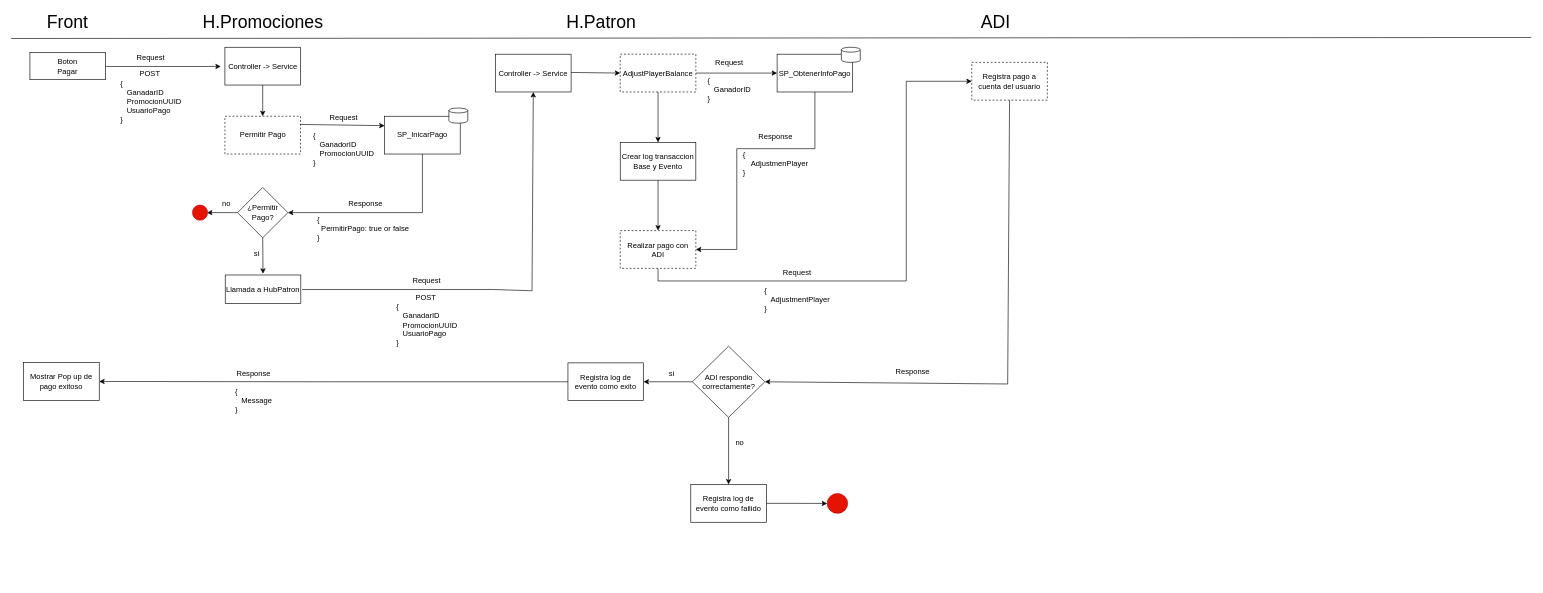
This is Diagrama sin título.drawio from MateoR8/Modelado-de-BD---Portal-TI, a draw.io file, before an edit. Source tidied: cells renumbered, new cells numbered last; positions are measured from the earlier drawing's top-left corner, leaving out a move shared by most shapes. Both pictures are drawn from the tidied source at 63%, with x=0, y=0 at pixel (11, 12).
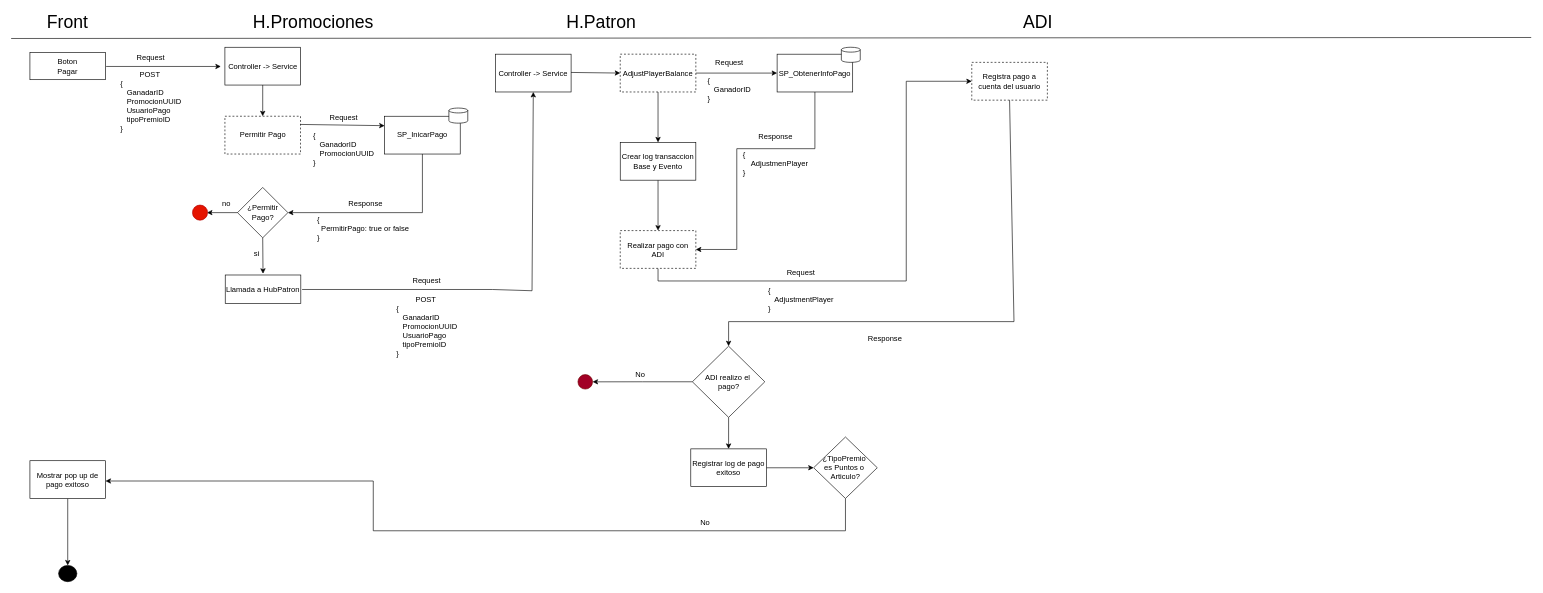
The same page after the edit.

Unchanged cells that the change refers to:
```xml
<mxCell id="44" value="Registra pago a cuenta del usuario" style="whiteSpace=wrap;html=1;rounded=0;shadow=0;glass=0;dashed=1;" parent="1" vertex="1">
  <mxGeometry x="1525" y="79.5" width="120" height="60" as="geometry" />
</mxCell>
```

What changed in the source:
```diff
@@
     <mxCell id="6" value="H.Promociones" style="text;html=1;whiteSpace=wrap;strokeColor=none;fillColor=none;align=center;verticalAlign=middle;rounded=0;fontSize=28;" parent="1" vertex="1">
-      <mxGeometry x="329.5" width="140" height="30" as="geometry" />
+      <mxGeometry x="410" width="140" height="30" as="geometry" />
     </mxCell>
@@
-    <mxCell id="9" value="&lt;div style=&quot;text-align: center;&quot;&gt;&lt;span style=&quot;background-color: transparent; color: light-dark(rgb(0, 0, 0), rgb(255, 255, 255));&quot;&gt;POST&amp;nbsp;&lt;/span&gt;&lt;/div&gt;&lt;div&gt;{&lt;/div&gt;&lt;span style=&quot;background-color: transparent; color: light-dark(rgb(0, 0, 0), rgb(255, 255, 255));&quot;&gt;&amp;nbsp; &amp;nbsp;GanadarID&lt;/span&gt;&lt;br&gt;&lt;span style=&quot;background-color: transparent; color: light-dark(rgb(0, 0, 0), rgb(255, 255, 255));&quot;&gt;&amp;nbsp; &amp;nbsp;PromocionUUID&lt;/span&gt;&lt;br&gt;&lt;div&gt;&amp;nbsp; &amp;nbsp;UsuarioPago&lt;/div&gt;&lt;div&gt;&lt;span style=&quot;background-color: transparent; color: light-dark(rgb(0, 0, 0), rgb(255, 255, 255));&quot;&gt;}&lt;/span&gt;&lt;/div&gt;" style="text;html=1;whiteSpace=wrap;strokeColor=none;fillColor=none;align=left;verticalAlign=middle;rounded=0;" parent="1" vertex="1">
-      <mxGeometry x="172" y="99" width="106" height="69" as="geometry" />
+    <mxCell id="9" value="&lt;div style=&quot;text-align: center;&quot;&gt;&lt;span style=&quot;background-color: transparent; color: light-dark(rgb(0, 0, 0), rgb(255, 255, 255));&quot;&gt;POST&amp;nbsp;&lt;/span&gt;&lt;/div&gt;&lt;div&gt;{&lt;/div&gt;&lt;span style=&quot;background-color: transparent; color: light-dark(rgb(0, 0, 0), rgb(255, 255, 255));&quot;&gt;&amp;nbsp; &amp;nbsp;GanadarID&lt;/span&gt;&lt;br&gt;&lt;span style=&quot;background-color: transparent; color: light-dark(rgb(0, 0, 0), rgb(255, 255, 255));&quot;&gt;&amp;nbsp; &amp;nbsp;PromocionUUID&lt;/span&gt;&lt;br&gt;&lt;div&gt;&amp;nbsp; &amp;nbsp;UsuarioPago&lt;/div&gt;&lt;div&gt;&amp;nbsp; &amp;nbsp;tipoPremioID&lt;/div&gt;&lt;div&gt;&lt;span style=&quot;background-color: transparent; color: light-dark(rgb(0, 0, 0), rgb(255, 255, 255));&quot;&gt;}&lt;/span&gt;&lt;/div&gt;" style="text;html=1;whiteSpace=wrap;strokeColor=none;fillColor=none;align=left;verticalAlign=middle;rounded=0;" parent="1" vertex="1">
+      <mxGeometry x="172" y="107" width="106" height="69" as="geometry" />
     </mxCell>
@@
     <mxCell id="43" value="ADI" style="text;html=1;whiteSpace=wrap;strokeColor=none;fillColor=none;align=center;verticalAlign=middle;rounded=0;fontSize=28;" parent="1" vertex="1">
-      <mxGeometry x="1493" width="140" height="30" as="geometry" />
+      <mxGeometry x="1560" width="140" height="30" as="geometry" />
     </mxCell>
@@
     <mxCell id="45" value="&lt;div style=&quot;&quot;&gt;&lt;span style=&quot;background-color: transparent; color: light-dark(rgb(0, 0, 0), rgb(255, 255, 255));&quot;&gt;Request&lt;/span&gt;&lt;/div&gt;&lt;div style=&quot;text-align: left;&quot;&gt;&lt;br&gt;&lt;/div&gt;&lt;div style=&quot;text-align: left;&quot;&gt;{&lt;/div&gt;&lt;div style=&quot;text-align: left;&quot;&gt;&amp;nbsp; &amp;nbsp;AdjustmentPlayer&lt;/div&gt;&lt;div style=&quot;text-align: left;&quot;&gt;}&lt;/div&gt;&lt;div&gt;&lt;br&gt;&lt;/div&gt;" style="text;html=1;whiteSpace=wrap;strokeColor=none;fillColor=none;align=center;verticalAlign=middle;rounded=0;" parent="1" vertex="1">
-      <mxGeometry x="1166" y="398.5" width="164" height="101" as="geometry" />
+      <mxGeometry x="1172" y="398" width="164" height="101" as="geometry" />
     </mxCell>
     <mxCell id="46" value="&lt;div style=&quot;&quot;&gt;Response&lt;/div&gt;&lt;div&gt;&lt;br&gt;&lt;/div&gt;" style="text;html=1;whiteSpace=wrap;strokeColor=none;fillColor=none;align=center;verticalAlign=middle;rounded=0;" parent="1" vertex="1">
-      <mxGeometry x="1400" y="548" width="63" height="60" as="geometry" />
+      <mxGeometry x="1356" y="496" width="63" height="60" as="geometry" />
     </mxCell>
-    <mxCell id="47" style="edgeStyle=orthogonalEdgeStyle;rounded=0;jettySize=auto;html=1;" parent="1" edge="1" source="49" target="51">
-      <mxGeometry relative="1" as="geometry" />
-    </mxCell>
-    <mxCell id="48" style="edgeStyle=orthogonalEdgeStyle;rounded=0;jettySize=auto;html=1;" parent="1" edge="1" source="49" target="56">
-      <mxGeometry relative="1" as="geometry" />
-    </mxCell>
+    <mxCell id="62" style="edgeStyle=orthogonalEdgeStyle;rounded=0;jettySize=auto;html=1;" parent="1" edge="1" source="49" target="64">
+      <mxGeometry relative="1" as="geometry" />
+    </mxCell>
+    <mxCell id="63" style="edgeStyle=orthogonalEdgeStyle;rounded=0;jettySize=auto;html=1;" parent="1" edge="1" source="49" target="67">
+      <mxGeometry relative="1" as="geometry" />
+    </mxCell>
-    <mxCell id="49" value="ADI respondio correctamente?" style="rhombus;whiteSpace=wrap;html=1;" parent="1" vertex="1">
+    <mxCell id="49" value="ADI realizo el&amp;nbsp;&lt;div&gt;pago?&lt;/div&gt;" style="rhombus;whiteSpace=wrap;html=1;" parent="1" vertex="1">
       <mxGeometry x="1081.5" y="530" width="115" height="113" as="geometry" />
     </mxCell>
-    <mxCell id="50" style="edgeStyle=orthogonalEdgeStyle;rounded=0;jettySize=auto;html=1;" parent="1" edge="1" source="51" target="52">
-      <mxGeometry relative="1" as="geometry" />
-    </mxCell>
-    <mxCell id="51" value="Registra log de evento como fallido" style="whiteSpace=wrap;html=1;" parent="1" vertex="1">
-      <mxGeometry x="1079" y="749.5" width="120" height="60" as="geometry" />
-    </mxCell>
-    <mxCell id="52" style="ellipse;whiteSpace=wrap;html=1;fillColor=light-dark(#E51400,#FF3333);fontColor=#ffffff;strokeColor=#B20000;" parent="1" vertex="1">
-      <mxGeometry x="1295.5" y="763.8" width="32.5" height="31.5" as="geometry" />
-    </mxCell>
-    <mxCell id="53" value="no" style="text;html=1;whiteSpace=wrap;strokeColor=none;fillColor=none;align=center;verticalAlign=middle;rounded=0;" parent="1" vertex="1">
-      <mxGeometry x="1126.5" y="671" width="60" height="25" as="geometry" />
-    </mxCell>
-    <mxCell id="54" style="endArrow=classic;html=1;rounded=0;exitX=0.5;exitY=1;exitDx=0;exitDy=0;entryX=1;entryY=0.5;entryDx=0;entryDy=0;" parent="1" edge="1" source="44" target="49">
+    <mxCell id="54" style="endArrow=classic;html=1;rounded=0;exitX=0.5;exitY=1;exitDx=0;exitDy=0;entryX=0.5;entryY=0;entryDx=0;entryDy=0;" parent="1" edge="1" source="44" target="49">
       <mxGeometry relative="1" as="geometry">
         <Array as="points">
-          <mxPoint x="1582" y="590" />
+          <mxPoint x="1592" y="491" />
+          <mxPoint x="1139" y="491" />
         </Array>
       </mxGeometry>
     </mxCell>
-    <mxCell id="55" style="edgeStyle=orthogonalEdgeStyle;rounded=0;jettySize=auto;html=1;" parent="1" edge="1" source="56" target="58">
-      <mxGeometry relative="1" as="geometry" />
-    </mxCell>
-    <mxCell id="56" value="Registra log de evento como exito" style="whiteSpace=wrap;html=1;" parent="1" vertex="1">
-      <mxGeometry x="884" y="556.5" width="120" height="60" as="geometry" />
-    </mxCell>
-    <mxCell id="57" value="si" style="text;html=1;whiteSpace=wrap;strokeColor=none;fillColor=none;align=center;verticalAlign=middle;rounded=0;" parent="1" vertex="1">
-      <mxGeometry x="1019" y="561" width="60" height="25" as="geometry" />
-    </mxCell>
-    <mxCell id="58" value="Mostrar Pop up de pago exitoso" style="whiteSpace=wrap;html=1;" parent="1" vertex="1">
-      <mxGeometry x="20" y="556" width="120" height="60" as="geometry" />
-    </mxCell>
-    <mxCell id="59" value="&lt;div style=&quot;text-align: center;&quot;&gt;&lt;span style=&quot;background-color: transparent; color: light-dark(rgb(0, 0, 0), rgb(255, 255, 255));&quot;&gt;Response&lt;/span&gt;&lt;/div&gt;&lt;div&gt;&lt;br&gt;&lt;/div&gt;&lt;div&gt;{&lt;/div&gt;&lt;div&gt;&amp;nbsp; &amp;nbsp;Message&lt;br&gt;&lt;/div&gt;&lt;div&gt;}&lt;/div&gt;" style="text;html=1;whiteSpace=wrap;strokeColor=none;fillColor=none;align=left;verticalAlign=middle;rounded=0;" parent="1" vertex="1">
-      <mxGeometry x="354" y="560" width="92" height="83" as="geometry" />
-    </mxCell>
@@
-    <mxCell id="61" value="&lt;div style=&quot;text-align: center;&quot;&gt;&lt;span style=&quot;background-color: transparent; color: light-dark(rgb(0, 0, 0), rgb(255, 255, 255));&quot;&gt;POST&amp;nbsp;&lt;/span&gt;&lt;/div&gt;&lt;div&gt;{&lt;/div&gt;&lt;span style=&quot;background-color: transparent; color: light-dark(rgb(0, 0, 0), rgb(255, 255, 255));&quot;&gt;&amp;nbsp; &amp;nbsp;GanadarID&lt;/span&gt;&lt;br&gt;&lt;span style=&quot;background-color: transparent; color: light-dark(rgb(0, 0, 0), rgb(255, 255, 255));&quot;&gt;&amp;nbsp; &amp;nbsp;PromocionUUID&lt;/span&gt;&lt;br&gt;&lt;div&gt;&amp;nbsp; &amp;nbsp;UsuarioPago&lt;/div&gt;&lt;div&gt;&lt;span style=&quot;background-color: transparent; color: light-dark(rgb(0, 0, 0), rgb(255, 255, 255));&quot;&gt;}&lt;/span&gt;&lt;/div&gt;" style="text;html=1;whiteSpace=wrap;strokeColor=none;fillColor=none;align=left;verticalAlign=middle;rounded=0;" parent="1" vertex="1">
-      <mxGeometry x="610" y="454" width="106" height="69" as="geometry" />
+    <mxCell id="61" value="&lt;div style=&quot;text-align: center;&quot;&gt;&lt;span style=&quot;background-color: transparent; color: light-dark(rgb(0, 0, 0), rgb(255, 255, 255));&quot;&gt;POST&amp;nbsp;&lt;/span&gt;&lt;/div&gt;&lt;div&gt;{&lt;/div&gt;&lt;span style=&quot;background-color: transparent; color: light-dark(rgb(0, 0, 0), rgb(255, 255, 255));&quot;&gt;&amp;nbsp; &amp;nbsp;GanadarID&lt;/span&gt;&lt;br&gt;&lt;span style=&quot;background-color: transparent; color: light-dark(rgb(0, 0, 0), rgb(255, 255, 255));&quot;&gt;&amp;nbsp; &amp;nbsp;PromocionUUID&lt;/span&gt;&lt;br&gt;&lt;div&gt;&amp;nbsp; &amp;nbsp;UsuarioPago&lt;/div&gt;&lt;div&gt;&amp;nbsp; &amp;nbsp;tipoPremioID&lt;/div&gt;&lt;div&gt;&lt;span style=&quot;background-color: transparent; color: light-dark(rgb(0, 0, 0), rgb(255, 255, 255));&quot;&gt;}&lt;/span&gt;&lt;/div&gt;" style="text;html=1;whiteSpace=wrap;strokeColor=none;fillColor=none;align=left;verticalAlign=middle;rounded=0;" parent="1" vertex="1">
+      <mxGeometry x="610" y="464" width="106" height="69" as="geometry" />
     </mxCell>
+    <mxCell id="64" style="ellipse;whiteSpace=wrap;html=1;fillColor=light-dark(#A20025,#FF3333);fontColor=#ffffff;strokeColor=#6F0000;direction=south;" parent="1" vertex="1">
+      <mxGeometry x="899.9" y="575.1" width="23.2" height="23" as="geometry" />
+    </mxCell>
+    <mxCell id="65" value="No" style="text;html=1;whiteSpace=wrap;strokeColor=none;fillColor=none;align=center;verticalAlign=middle;rounded=0;" parent="1" vertex="1">
+      <mxGeometry x="969" y="561" width="60" height="30" as="geometry" />
+    </mxCell>
+    <mxCell id="66" style="edgeStyle=orthogonalEdgeStyle;rounded=0;jettySize=auto;html=1;" parent="1" edge="1" source="67" target="69">
+      <mxGeometry relative="1" as="geometry" />
+    </mxCell>
+    <mxCell id="67" value="Registrar log de pago exitoso" style="whiteSpace=wrap;html=1;" parent="1" vertex="1">
+      <mxGeometry x="1079" y="693" width="120" height="60" as="geometry" />
+    </mxCell>
+    <mxCell id="68" style="edgeStyle=orthogonalEdgeStyle;rounded=0;jettySize=auto;html=1;" parent="1" edge="1" source="69" target="71">
+      <mxGeometry relative="1" as="geometry">
+        <Array as="points">
+          <mxPoint x="1325" y="823" />
+          <mxPoint x="575" y="823" />
+          <mxPoint x="575" y="744" />
+        </Array>
+      </mxGeometry>
+    </mxCell>
+    <mxCell id="69" value="¿TipoPremio&amp;nbsp;&lt;div&gt;es&amp;nbsp;&lt;span style=&quot;background-color: transparent; color: light-dark(rgb(0, 0, 0), rgb(255, 255, 255));&quot;&gt;Puntos o&amp;nbsp;&lt;/span&gt;&lt;div&gt;Articulo?&lt;/div&gt;&lt;/div&gt;" style="rhombus;whiteSpace=wrap;html=1;" parent="1" vertex="1">
+      <mxGeometry x="1274" y="674.2" width="101" height="97.5" as="geometry" />
+    </mxCell>
+    <mxCell id="70" style="edgeStyle=orthogonalEdgeStyle;rounded=0;jettySize=auto;html=1;" parent="1" edge="1" source="71" target="73">
+      <mxGeometry relative="1" as="geometry" />
+    </mxCell>
+    <mxCell id="71" value="Mostrar pop up de pago exitoso" style="whiteSpace=wrap;html=1;" parent="1" vertex="1">
+      <mxGeometry x="30" y="711.8" width="120" height="60" as="geometry" />
+    </mxCell>
+    <mxCell id="72" value="No" style="text;html=1;whiteSpace=wrap;strokeColor=none;fillColor=none;align=center;verticalAlign=middle;rounded=0;" parent="1" vertex="1">
+      <mxGeometry x="1072" y="795" width="60" height="30" as="geometry" />
+    </mxCell>
+    <mxCell id="73" style="ellipse;whiteSpace=wrap;html=1;fillColor=light-dark(#000000,#FF0000);" parent="1" vertex="1">
+      <mxGeometry x="75.5" y="878" width="29" height="25.8" as="geometry" />
+    </mxCell>
```
